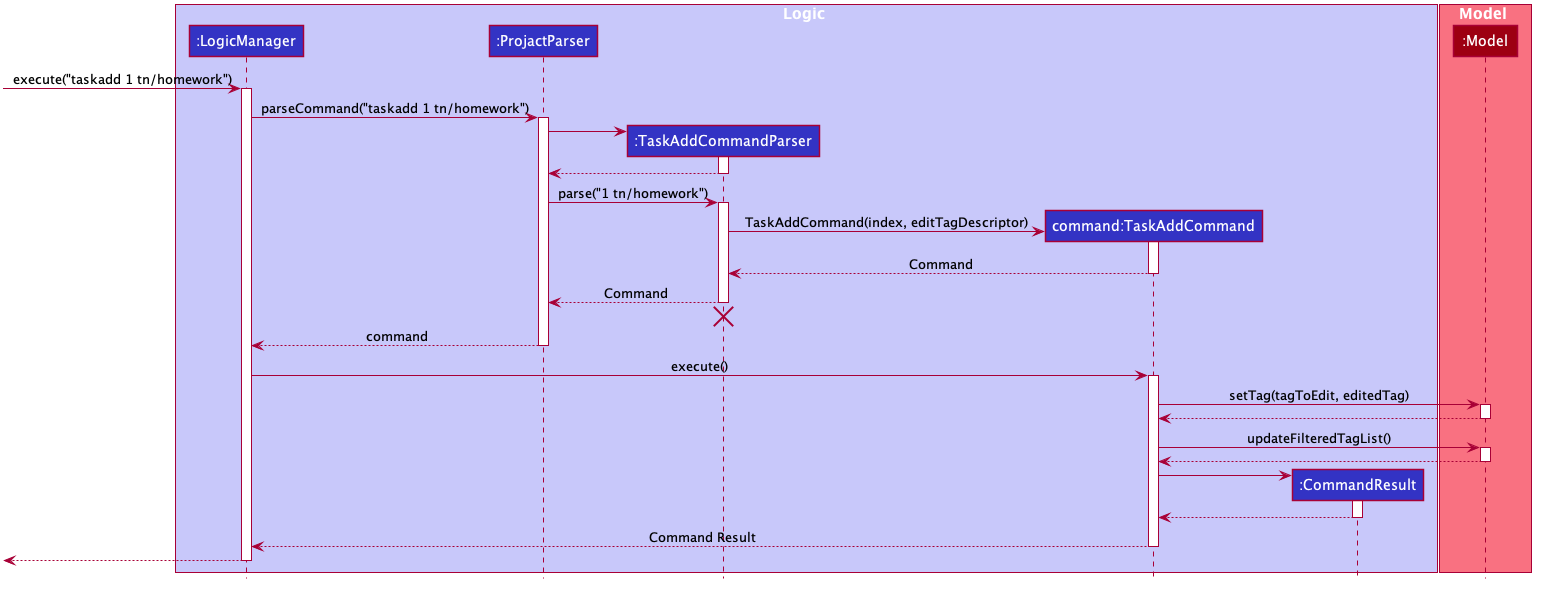
Above: docs/images/TaskAddSequenceDiagram.png in siqiang-ng/tp (PlantUML), before the change. Source of this version:
```plantuml
@startuml








skinparam BackgroundColor #FFFFFFF

skinparam Shadowing false

skinparam Class {
    FontColor #FFFFFF
    BorderThickness 1
    BorderColor #FFFFFF
    StereotypeFontColor #FFFFFF
    FontName Arial
}

skinparam Actor {
    BorderColor #000000
    Color #000000
    FontName Arial
}

skinparam Sequence {
    MessageAlign center
    BoxFontSize 15
    BoxPadding 0
    BoxFontColor #FFFFFF
    FontName Arial
}

skinparam Participant {
    FontColor #FFFFFFF
    Padding 20
}

skinparam MinClassWidth 50
skinparam ParticipantPadding 10
skinparam Shadowing false
skinparam DefaultTextAlignment center
skinparam packageStyle Rectangle

hide footbox
hide members
hide circle
box Logic #C8C8FA
participant ":LogicManager" as LogicManager #3333C4
participant ":ProjactParser" as ProjactParser #3333C4
participant ":TaskAddCommandParser" as TaskAddCommandParser #3333C4
participant "command:TaskAddCommand" as TaskAddCommand #3333C4
participant ":CommandResult" as CommandResult #3333C4
end box

box Model #F97181
participant ":Model" as Model #9D0012
end box

[-> LogicManager : execute("taskadd 1 tn/homework")
activate LogicManager

LogicManager -> ProjactParser : parseCommand("taskadd 1 tn/homework")
activate ProjactParser

create TaskAddCommandParser
ProjactParser -> TaskAddCommandParser
activate TaskAddCommandParser
TaskAddCommandParser --> ProjactParser

deactivate TaskAddCommandParser
ProjactParser -> TaskAddCommandParser : parse("1 tn/homework")
activate TaskAddCommandParser

create TaskAddCommand
TaskAddCommandParser -> TaskAddCommand : TaskAddCommand(index, editTagDescriptor)
activate TaskAddCommand

TaskAddCommand --> TaskAddCommandParser : Command
deactivate TaskAddCommand

TaskAddCommandParser --> ProjactParser : Command
deactivate TaskAddCommandParser
TaskAddCommandParser -[hidden]-> ProjactParser
destroy TaskAddCommandParser

ProjactParser --> LogicManager : command
deactivate ProjactParser

LogicManager -> TaskAddCommand : execute()
activate TaskAddCommand

TaskAddCommand -> Model : setTag(tagToEdit, editedTag)
activate Model
Model ---> TaskAddCommand
deactivate Model

TaskAddCommand -> Model : updateFilteredTagList()
activate Model
Model ---> TaskAddCommand
deactivate Model

create CommandResult
TaskAddCommand -> CommandResult
activate CommandResult
CommandResult ---> TaskAddCommand
deactivate CommandResult

TaskAddCommand --> LogicManager : Command Result
deactivate TaskAddCommand

LogicManager -->[
deactivate LogicManager

@enduml
```
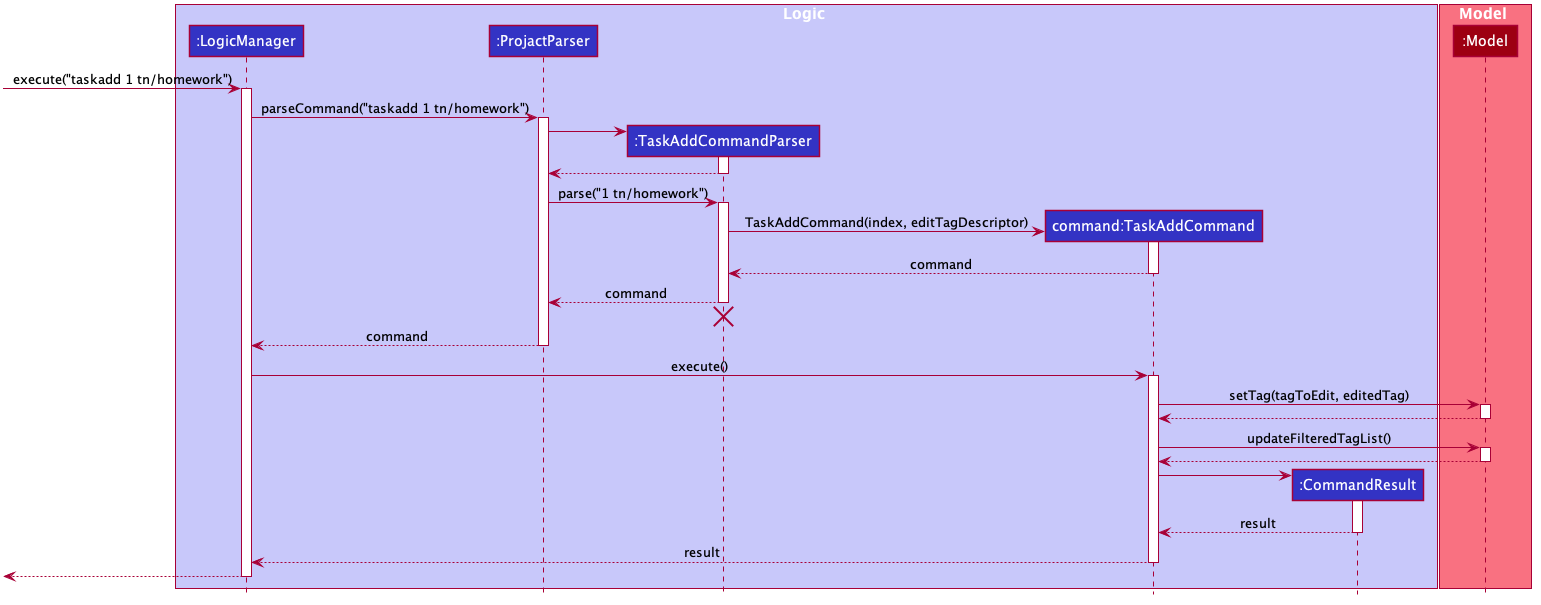
The same diagram one commit later.

The edit, as a diff of the source:
```diff
@@ -78,10 +78,10 @@
 TaskAddCommandParser -> TaskAddCommand : TaskAddCommand(index, editTagDescriptor)
 activate TaskAddCommand
 
-TaskAddCommand --> TaskAddCommandParser : Command
+TaskAddCommand --> TaskAddCommandParser : command
 deactivate TaskAddCommand
 
-TaskAddCommandParser --> ProjactParser : Command
+TaskAddCommandParser --> ProjactParser : command
 deactivate TaskAddCommandParser
 TaskAddCommandParser -[hidden]-> ProjactParser
 destroy TaskAddCommandParser
@@ -105,10 +105,10 @@
 create CommandResult
 TaskAddCommand -> CommandResult
 activate CommandResult
-CommandResult ---> TaskAddCommand
+CommandResult ---> TaskAddCommand : result
 deactivate CommandResult
 
-TaskAddCommand --> LogicManager : Command Result
+TaskAddCommand --> LogicManager : result
 deactivate TaskAddCommand
 
 LogicManager -->[
```
